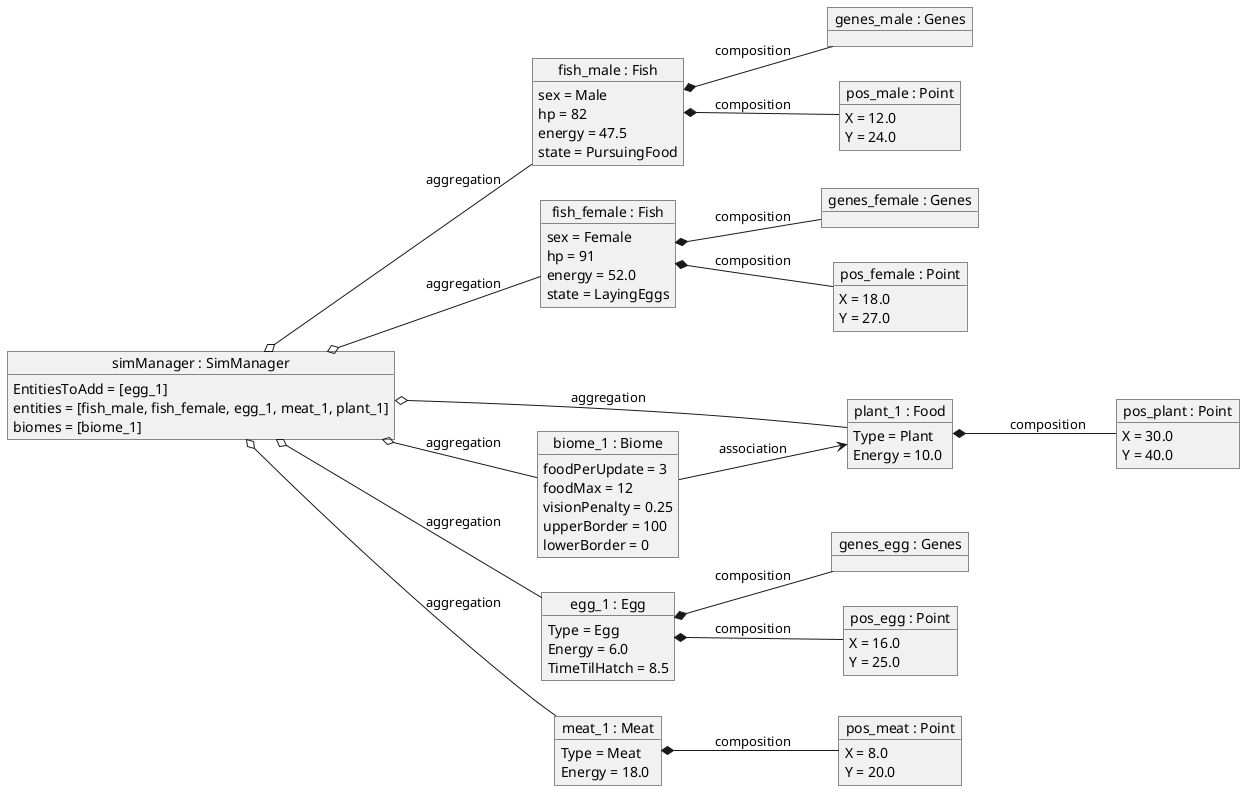
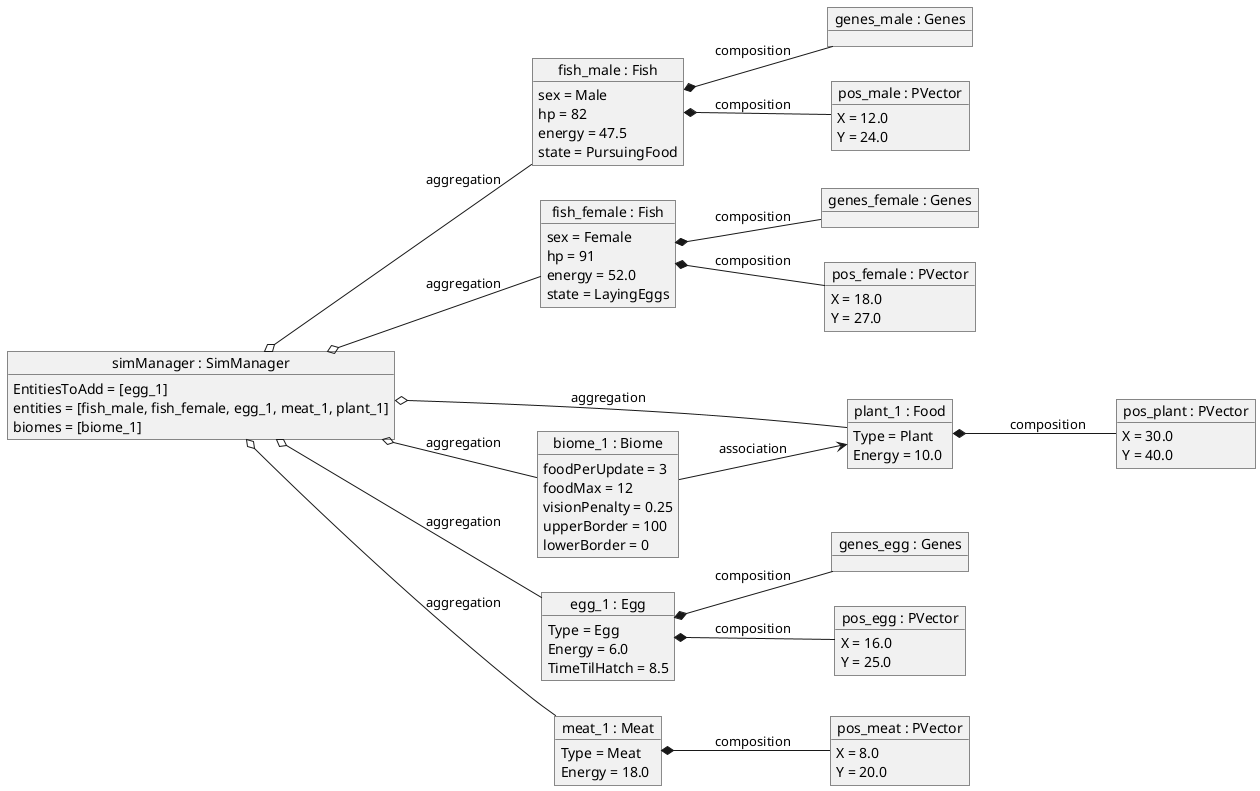
@startuml
left to right direction
skinparam objectAttributeIconSize 0

object "simManager : SimManager" as simManager {
  EntitiesToAdd = [egg_1]
  entities = [fish_male, fish_female, egg_1, meat_1, plant_1]
  biomes = [biome_1]
}

object "biome_1 : Biome" as biome_1 {
  foodPerUpdate = 3
  foodMax = 12
  visionPenalty = 0.25
  upperBorder = 100
  lowerBorder = 0
}

object "fish_male : Fish" as fish_male {
  sex = Male
  hp = 82
  energy = 47.5
  state = PursuingFood
}

object "fish_female : Fish" as fish_female {
  sex = Female
  hp = 91
  energy = 52.0
  state = LayingEggs
}

object "egg_1 : Egg" as egg_1 {
  Type = Egg
  Energy = 6.0
  TimeTilHatch = 8.5
}

object "meat_1 : Meat" as meat_1 {
  Type = Meat
  Energy = 18.0
}

object "plant_1 : Food" as plant_1 {
  Type = Plant
  Energy = 10.0
}

- object "pos_male : Point" as pos_male {
+ object "pos_male : PVector" as pos_male {
  X = 12.0
  Y = 24.0
}

- object "pos_female : Point" as pos_female {
+ object "pos_female : PVector" as pos_female {
  X = 18.0
  Y = 27.0
}

- object "pos_egg : Point" as pos_egg {
+ object "pos_egg : PVector" as pos_egg {
  X = 16.0
  Y = 25.0
}

- object "pos_meat : Point" as pos_meat {
+ object "pos_meat : PVector" as pos_meat {
  X = 8.0
  Y = 20.0
}

- object "pos_plant : Point" as pos_plant {
+ object "pos_plant : PVector" as pos_plant {
  X = 30.0
  Y = 40.0
}

object "genes_male : Genes" as genes_male
object "genes_female : Genes" as genes_female
object "genes_egg : Genes" as genes_egg

simManager o-- biome_1 : aggregation
simManager o-- fish_male : aggregation
simManager o-- fish_female : aggregation
simManager o-- egg_1 : aggregation
simManager o-- meat_1 : aggregation
simManager o-- plant_1 : aggregation

fish_male *-- pos_male : composition
fish_male *-- genes_male : composition

fish_female *-- pos_female : composition
fish_female *-- genes_female : composition

egg_1 *-- pos_egg : composition
egg_1 *-- genes_egg : composition

meat_1 *-- pos_meat : composition
plant_1 *-- pos_plant : composition

biome_1 --> plant_1 : association
@enduml